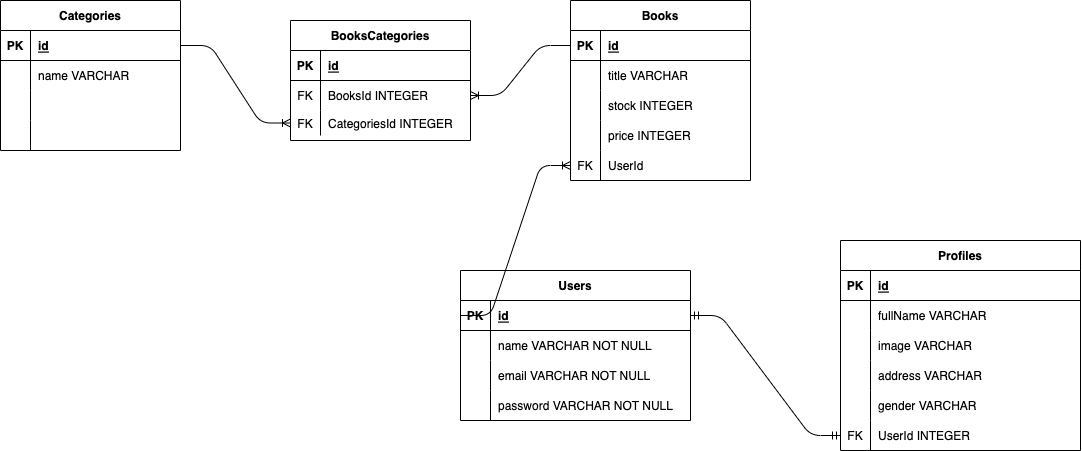
This is pairproject.drawio.png from zakinugroho17/BookPediaStore, a draw.io export, as it was before one commit. Source tidied: cells renumbered, new cells last; positions are measured from the earlier drawing's top-left corner, leaving out a move shared by most shapes. The source it was exported from:
```xml
<mxGraphModel>
  <root>
    <mxCell id="0" />
    <mxCell id="1" parent="0" />
    <mxCell id="2" value="Users" style="shape=table;startSize=30;rowLines=0;fontStyle=1;align=center;" parent="1" vertex="1">
      <mxGeometry x="460" y="270" width="230" height="150" as="geometry" />
    </mxCell>
    <mxCell id="3" style="shape=tableRow;horizontal=0;startSize=0;swimlaneHead=0;swimlaneBody=0;fillColor=none;points=[[0,0.5],[1,0.5]];portConstraint=eastwest;top=0;left=0;right=0;bottom=1;" parent="2" vertex="1">
      <mxGeometry y="30" width="230" height="30" as="geometry" />
    </mxCell>
    <mxCell id="4" value="PK" style="shape=partialRectangle;fillColor=none;top=0;left=0;bottom=0;right=0;fontStyle=1;overflow=hidden;" parent="3" vertex="1">
      <mxGeometry width="30" height="30" as="geometry" />
    </mxCell>
    <mxCell id="5" value="id" style="shape=partialRectangle;fillColor=none;top=0;left=0;bottom=0;right=0;align=left;spacingLeft=6;fontStyle=5;overflow=hidden;" parent="3" vertex="1">
      <mxGeometry x="30" width="200" height="30" as="geometry" />
    </mxCell>
    <mxCell id="6" style="shape=tableRow;horizontal=0;startSize=0;swimlaneHead=0;swimlaneBody=0;fillColor=none;top=0;left=0;right=0;bottom=0;" parent="2" vertex="1">
      <mxGeometry y="60" width="230" height="30" as="geometry" />
    </mxCell>
    <mxCell id="7" style="shape=partialRectangle;fillColor=none;top=0;left=0;bottom=0;right=0;overflow=hidden;" parent="6" vertex="1">
      <mxGeometry width="30" height="30" as="geometry" />
    </mxCell>
    <mxCell id="8" value="name VARCHAR NOT NULL" style="shape=partialRectangle;fillColor=none;top=0;left=0;bottom=0;right=0;align=left;spacingLeft=6;overflow=hidden;" parent="6" vertex="1">
      <mxGeometry x="30" width="200" height="30" as="geometry" />
    </mxCell>
    <mxCell id="9" style="shape=tableRow;horizontal=0;startSize=0;swimlaneHead=0;swimlaneBody=0;fillColor=none;top=0;left=0;right=0;bottom=0;" parent="2" vertex="1">
      <mxGeometry y="90" width="230" height="30" as="geometry" />
    </mxCell>
    <mxCell id="10" style="shape=partialRectangle;fillColor=none;top=0;left=0;bottom=0;right=0;overflow=hidden;" parent="9" vertex="1">
      <mxGeometry width="30" height="30" as="geometry" />
    </mxCell>
    <mxCell id="11" value="email VARCHAR NOT NULL" style="shape=partialRectangle;fillColor=none;top=0;left=0;bottom=0;right=0;align=left;spacingLeft=6;overflow=hidden;" parent="9" vertex="1">
      <mxGeometry x="30" width="200" height="30" as="geometry" />
    </mxCell>
    <mxCell id="12" style="shape=tableRow;horizontal=0;startSize=0;swimlaneHead=0;swimlaneBody=0;fillColor=none;top=0;left=0;right=0;bottom=0;" parent="2" vertex="1">
      <mxGeometry y="120" width="230" height="30" as="geometry" />
    </mxCell>
    <mxCell id="13" style="shape=partialRectangle;fillColor=none;top=0;left=0;bottom=0;right=0;overflow=hidden;" parent="12" vertex="1">
      <mxGeometry width="30" height="30" as="geometry" />
    </mxCell>
    <mxCell id="14" value="password VARCHAR NOT NULL" style="shape=partialRectangle;fillColor=none;top=0;left=0;bottom=0;right=0;align=left;spacingLeft=6;overflow=hidden;" parent="12" vertex="1">
      <mxGeometry x="30" width="200" height="30" as="geometry" />
    </mxCell>
    <mxCell id="15" value="Profiles" style="shape=table;startSize=30;rowLines=0;fontStyle=1;align=center;" parent="1" vertex="1">
      <mxGeometry x="840" y="240" width="240" height="210" as="geometry" />
    </mxCell>
    <mxCell id="16" style="shape=tableRow;horizontal=0;startSize=0;swimlaneHead=0;swimlaneBody=0;fillColor=none;top=0;left=0;right=0;bottom=1;" parent="15" vertex="1">
      <mxGeometry y="30" width="240" height="30" as="geometry" />
    </mxCell>
    <mxCell id="17" value="PK" style="shape=partialRectangle;fillColor=none;top=0;left=0;bottom=0;right=0;fontStyle=1;overflow=hidden;" parent="16" vertex="1">
      <mxGeometry width="30" height="30" as="geometry" />
    </mxCell>
    <mxCell id="18" value="id" style="shape=partialRectangle;fillColor=none;top=0;left=0;bottom=0;right=0;align=left;spacingLeft=6;fontStyle=5;overflow=hidden;" parent="16" vertex="1">
      <mxGeometry x="30" width="210" height="30" as="geometry" />
    </mxCell>
    <mxCell id="19" style="shape=tableRow;horizontal=0;startSize=0;swimlaneHead=0;swimlaneBody=0;fillColor=none;top=0;left=0;right=0;bottom=0;" parent="15" vertex="1">
      <mxGeometry y="60" width="240" height="30" as="geometry" />
    </mxCell>
    <mxCell id="20" style="shape=partialRectangle;fillColor=none;top=0;left=0;bottom=0;right=0;overflow=hidden;" parent="19" vertex="1">
      <mxGeometry width="30" height="30" as="geometry" />
    </mxCell>
    <mxCell id="21" value="fullName VARCHAR" style="shape=partialRectangle;fillColor=none;top=0;left=0;bottom=0;right=0;align=left;spacingLeft=6;overflow=hidden;" parent="19" vertex="1">
      <mxGeometry x="30" width="210" height="30" as="geometry" />
    </mxCell>
    <mxCell id="22" style="shape=tableRow;horizontal=0;startSize=0;swimlaneHead=0;swimlaneBody=0;fillColor=none;top=0;left=0;right=0;bottom=0;" parent="15" vertex="1">
      <mxGeometry y="90" width="240" height="30" as="geometry" />
    </mxCell>
    <mxCell id="23" style="shape=partialRectangle;fillColor=none;top=0;left=0;bottom=0;right=0;overflow=hidden;" parent="22" vertex="1">
      <mxGeometry width="30" height="30" as="geometry" />
    </mxCell>
    <mxCell id="24" value="image VARCHAR" style="shape=partialRectangle;fillColor=none;top=0;left=0;bottom=0;right=0;align=left;spacingLeft=6;overflow=hidden;" parent="22" vertex="1">
      <mxGeometry x="30" width="210" height="30" as="geometry" />
    </mxCell>
    <mxCell id="25" style="shape=tableRow;horizontal=0;startSize=0;swimlaneHead=0;swimlaneBody=0;fillColor=none;top=0;left=0;right=0;bottom=0;" parent="15" vertex="1">
      <mxGeometry y="120" width="240" height="30" as="geometry" />
    </mxCell>
    <mxCell id="26" style="shape=partialRectangle;fillColor=none;top=0;left=0;bottom=0;right=0;overflow=hidden;" parent="25" vertex="1">
      <mxGeometry width="30" height="30" as="geometry" />
    </mxCell>
    <mxCell id="27" value="address VARCHAR" style="shape=partialRectangle;fillColor=none;top=0;left=0;bottom=0;right=0;align=left;spacingLeft=6;overflow=hidden;" parent="25" vertex="1">
      <mxGeometry x="30" width="210" height="30" as="geometry" />
    </mxCell>
    <mxCell id="28" style="shape=tableRow;horizontal=0;startSize=0;swimlaneHead=0;swimlaneBody=0;fillColor=none;top=0;left=0;right=0;bottom=0;" parent="15" vertex="1">
      <mxGeometry y="150" width="240" height="30" as="geometry" />
    </mxCell>
    <mxCell id="29" style="shape=partialRectangle;fillColor=none;top=0;left=0;bottom=0;right=0;overflow=hidden;" parent="28" vertex="1">
      <mxGeometry width="30" height="30" as="geometry" />
    </mxCell>
    <mxCell id="30" value="gender VARCHAR " style="shape=partialRectangle;fillColor=none;top=0;left=0;bottom=0;right=0;align=left;spacingLeft=6;overflow=hidden;" parent="28" vertex="1">
      <mxGeometry x="30" width="210" height="30" as="geometry" />
    </mxCell>
    <mxCell id="31" style="shape=tableRow;horizontal=0;startSize=0;swimlaneHead=0;swimlaneBody=0;fillColor=none;points=[[0,0.5],[1,0.5]];portConstraint=eastwest;top=0;left=0;right=0;bottom=0;" parent="15" vertex="1">
      <mxGeometry y="180" width="240" height="30" as="geometry" />
    </mxCell>
    <mxCell id="32" value="FK" style="shape=partialRectangle;fillColor=none;top=0;left=0;bottom=0;right=0;overflow=hidden;" parent="31" vertex="1">
      <mxGeometry width="30" height="30" as="geometry" />
    </mxCell>
    <mxCell id="33" value="UserId INTEGER" style="shape=partialRectangle;fillColor=none;top=0;left=0;bottom=0;right=0;align=left;spacingLeft=6;overflow=hidden;" parent="31" vertex="1">
      <mxGeometry x="30" width="210" height="30" as="geometry" />
    </mxCell>
    <mxCell id="34" style="edgeStyle=entityRelationEdgeStyle;fontSize=12;html=1;endArrow=ERmandOne;startArrow=ERmandOne;exitX=1;exitY=0.5;exitDx=0;exitDy=0;entryX=0;entryY=0.5;entryDx=0;entryDy=0;" parent="1" edge="1" source="3" target="31">
      <mxGeometry relative="1" as="geometry" />
    </mxCell>
    <mxCell id="35" value="Books" style="shape=table;startSize=30;rowLines=0;fontStyle=1;align=center;" parent="1" vertex="1">
      <mxGeometry x="570" width="180" height="180" as="geometry" />
    </mxCell>
    <mxCell id="36" style="shape=tableRow;horizontal=0;startSize=0;swimlaneHead=0;swimlaneBody=0;fillColor=none;points=[[0,0.5],[1,0.5]];portConstraint=eastwest;top=0;left=0;right=0;bottom=1;" parent="35" vertex="1">
      <mxGeometry y="30" width="180" height="30" as="geometry" />
    </mxCell>
    <mxCell id="37" value="PK" style="shape=partialRectangle;fillColor=none;top=0;left=0;bottom=0;right=0;fontStyle=1;overflow=hidden;" parent="36" vertex="1">
      <mxGeometry width="30" height="30" as="geometry" />
    </mxCell>
    <mxCell id="38" value="id" style="shape=partialRectangle;fillColor=none;top=0;left=0;bottom=0;right=0;align=left;spacingLeft=6;fontStyle=5;overflow=hidden;" parent="36" vertex="1">
      <mxGeometry x="30" width="150" height="30" as="geometry" />
    </mxCell>
    <mxCell id="39" style="shape=tableRow;horizontal=0;startSize=0;swimlaneHead=0;swimlaneBody=0;fillColor=none;top=0;left=0;right=0;bottom=0;" parent="35" vertex="1">
      <mxGeometry y="60" width="180" height="30" as="geometry" />
    </mxCell>
    <mxCell id="40" style="shape=partialRectangle;fillColor=none;top=0;left=0;bottom=0;right=0;overflow=hidden;" parent="39" vertex="1">
      <mxGeometry width="30" height="30" as="geometry" />
    </mxCell>
    <mxCell id="41" value="title VARCHAR" style="shape=partialRectangle;fillColor=none;top=0;left=0;bottom=0;right=0;align=left;spacingLeft=6;overflow=hidden;" parent="39" vertex="1">
      <mxGeometry x="30" width="150" height="30" as="geometry" />
    </mxCell>
    <mxCell id="42" style="shape=tableRow;horizontal=0;startSize=0;swimlaneHead=0;swimlaneBody=0;fillColor=none;top=0;left=0;right=0;bottom=0;" parent="35" vertex="1">
      <mxGeometry y="90" width="180" height="30" as="geometry" />
    </mxCell>
    <mxCell id="43" style="shape=partialRectangle;fillColor=none;top=0;left=0;bottom=0;right=0;overflow=hidden;" parent="42" vertex="1">
      <mxGeometry width="30" height="30" as="geometry" />
    </mxCell>
    <mxCell id="44" value="stock INTEGER" style="shape=partialRectangle;fillColor=none;top=0;left=0;bottom=0;right=0;align=left;spacingLeft=6;overflow=hidden;" parent="42" vertex="1">
      <mxGeometry x="30" width="150" height="30" as="geometry" />
    </mxCell>
    <mxCell id="45" style="shape=tableRow;horizontal=0;startSize=0;swimlaneHead=0;swimlaneBody=0;fillColor=none;top=0;left=0;right=0;bottom=0;" parent="35" vertex="1">
      <mxGeometry y="120" width="180" height="30" as="geometry" />
    </mxCell>
    <mxCell id="46" style="shape=partialRectangle;fillColor=none;top=0;left=0;bottom=0;right=0;overflow=hidden;" parent="45" vertex="1">
      <mxGeometry width="30" height="30" as="geometry" />
    </mxCell>
    <mxCell id="47" value="price INTEGER" style="shape=partialRectangle;fillColor=none;top=0;left=0;bottom=0;right=0;align=left;spacingLeft=6;overflow=hidden;" parent="45" vertex="1">
      <mxGeometry x="30" width="150" height="30" as="geometry" />
    </mxCell>
    <mxCell id="48" style="shape=tableRow;horizontal=0;startSize=0;swimlaneHead=0;swimlaneBody=0;fillColor=none;points=[[0,0.5],[1,0.5]];portConstraint=eastwest;top=0;left=0;right=0;bottom=0;" parent="35" vertex="1">
      <mxGeometry y="150" width="180" height="30" as="geometry" />
    </mxCell>
    <mxCell id="49" value="FK" style="shape=partialRectangle;fillColor=none;top=0;left=0;bottom=0;right=0;overflow=hidden;" parent="48" vertex="1">
      <mxGeometry width="30" height="30" as="geometry" />
    </mxCell>
    <mxCell id="50" value="UserId" style="shape=partialRectangle;fillColor=none;top=0;left=0;bottom=0;right=0;align=left;spacingLeft=6;overflow=hidden;" parent="48" vertex="1">
      <mxGeometry x="30" width="150" height="30" as="geometry" />
    </mxCell>
    <mxCell id="51" value="Categories" style="shape=table;startSize=30;rowLines=0;fontStyle=1;align=center;" parent="1" vertex="1">
      <mxGeometry width="180" height="150" as="geometry" />
    </mxCell>
    <mxCell id="52" style="shape=tableRow;horizontal=0;startSize=0;swimlaneHead=0;swimlaneBody=0;fillColor=none;points=[[0,0.5],[1,0.5]];portConstraint=eastwest;top=0;left=0;right=0;bottom=1;" parent="51" vertex="1">
      <mxGeometry y="30" width="180" height="30" as="geometry" />
    </mxCell>
    <mxCell id="53" value="PK" style="shape=partialRectangle;fillColor=none;top=0;left=0;bottom=0;right=0;fontStyle=1;overflow=hidden;" parent="52" vertex="1">
      <mxGeometry width="30" height="30" as="geometry" />
    </mxCell>
    <mxCell id="54" value="id" style="shape=partialRectangle;fillColor=none;top=0;left=0;bottom=0;right=0;align=left;spacingLeft=6;fontStyle=5;overflow=hidden;" parent="52" vertex="1">
      <mxGeometry x="30" width="150" height="30" as="geometry" />
    </mxCell>
    <mxCell id="55" style="shape=tableRow;horizontal=0;startSize=0;swimlaneHead=0;swimlaneBody=0;fillColor=none;top=0;left=0;right=0;bottom=0;" parent="51" vertex="1">
      <mxGeometry y="60" width="180" height="30" as="geometry" />
    </mxCell>
    <mxCell id="56" style="shape=partialRectangle;fillColor=none;top=0;left=0;bottom=0;right=0;overflow=hidden;" parent="55" vertex="1">
      <mxGeometry width="30" height="30" as="geometry" />
    </mxCell>
    <mxCell id="57" value="name VARCHAR" style="shape=partialRectangle;fillColor=none;top=0;left=0;bottom=0;right=0;align=left;spacingLeft=6;overflow=hidden;" parent="55" vertex="1">
      <mxGeometry x="30" width="150" height="30" as="geometry" />
    </mxCell>
    <mxCell id="58" style="shape=tableRow;horizontal=0;startSize=0;swimlaneHead=0;swimlaneBody=0;fillColor=none;top=0;left=0;right=0;bottom=0;" parent="51" vertex="1">
      <mxGeometry y="90" width="180" height="30" as="geometry" />
    </mxCell>
    <mxCell id="59" style="shape=partialRectangle;fillColor=none;top=0;left=0;bottom=0;right=0;overflow=hidden;" parent="58" vertex="1">
      <mxGeometry width="30" height="30" as="geometry" />
    </mxCell>
    <mxCell id="60" style="shape=partialRectangle;fillColor=none;top=0;left=0;bottom=0;right=0;align=left;spacingLeft=6;overflow=hidden;" parent="58" vertex="1">
      <mxGeometry x="30" width="150" height="30" as="geometry" />
    </mxCell>
    <mxCell id="61" style="shape=tableRow;horizontal=0;startSize=0;swimlaneHead=0;swimlaneBody=0;fillColor=none;top=0;left=0;right=0;bottom=0;" parent="51" vertex="1">
      <mxGeometry y="120" width="180" height="30" as="geometry" />
    </mxCell>
    <mxCell id="62" style="shape=partialRectangle;fillColor=none;top=0;left=0;bottom=0;right=0;overflow=hidden;" parent="61" vertex="1">
      <mxGeometry width="30" height="30" as="geometry" />
    </mxCell>
    <mxCell id="63" style="shape=partialRectangle;fillColor=none;top=0;left=0;bottom=0;right=0;align=left;spacingLeft=6;overflow=hidden;" parent="61" vertex="1">
      <mxGeometry x="30" width="150" height="30" as="geometry" />
    </mxCell>
    <mxCell id="64" style="edgeStyle=entityRelationEdgeStyle;fontSize=12;html=1;endArrow=ERoneToMany;exitX=0;exitY=0.5;exitDx=0;exitDy=0;entryX=0;entryY=0.5;entryDx=0;entryDy=0;" parent="1" edge="1" source="3" target="48">
      <mxGeometry relative="1" as="geometry" />
    </mxCell>
    <mxCell id="65" value="BooksCategories" style="shape=table;startSize=30;rowLines=0;fontStyle=1;align=center;" parent="1" vertex="1">
      <mxGeometry x="290" y="20" width="180" height="120" as="geometry" />
    </mxCell>
    <mxCell id="66" style="shape=tableRow;horizontal=0;startSize=0;swimlaneHead=0;swimlaneBody=0;fillColor=none;top=0;left=0;right=0;bottom=1;" parent="65" vertex="1">
      <mxGeometry y="30" width="180" height="30" as="geometry" />
    </mxCell>
    <mxCell id="67" value="PK" style="shape=partialRectangle;fillColor=none;top=0;left=0;bottom=0;right=0;fontStyle=1;overflow=hidden;" parent="66" vertex="1">
      <mxGeometry width="30" height="30" as="geometry" />
    </mxCell>
    <mxCell id="68" value="id" style="shape=partialRectangle;fillColor=none;top=0;left=0;bottom=0;right=0;align=left;spacingLeft=6;fontStyle=5;overflow=hidden;" parent="66" vertex="1">
      <mxGeometry x="30" width="150" height="30" as="geometry" />
    </mxCell>
    <mxCell id="69" style="shape=tableRow;horizontal=0;startSize=0;swimlaneHead=0;swimlaneBody=0;fillColor=none;points=[[0,0.5],[1,0.5]];portConstraint=eastwest;top=0;left=0;right=0;bottom=0;" parent="65" vertex="1">
      <mxGeometry y="60" width="180" height="30" as="geometry" />
    </mxCell>
    <mxCell id="70" value="FK" style="shape=partialRectangle;fillColor=none;top=0;left=0;bottom=0;right=0;overflow=hidden;" parent="69" vertex="1">
      <mxGeometry width="30" height="30" as="geometry" />
    </mxCell>
    <mxCell id="71" value="BooksId INTEGER" style="shape=partialRectangle;fillColor=none;top=0;left=0;bottom=0;right=0;align=left;spacingLeft=6;overflow=hidden;" parent="69" vertex="1">
      <mxGeometry x="30" width="150" height="30" as="geometry" />
    </mxCell>
    <mxCell id="72" style="shape=tableRow;horizontal=0;startSize=0;swimlaneHead=0;swimlaneBody=0;fillColor=none;points=[[0,0.5],[1,0.5]];portConstraint=eastwest;top=0;left=0;right=0;bottom=0;" parent="65" vertex="1">
      <mxGeometry y="90" width="180" height="25" as="geometry" />
    </mxCell>
    <mxCell id="73" value="FK" style="shape=partialRectangle;fillColor=none;top=0;left=0;bottom=0;right=0;overflow=hidden;" parent="72" vertex="1">
      <mxGeometry width="30" height="25" as="geometry" />
    </mxCell>
    <mxCell id="74" value="CategoriesId INTEGER" style="shape=partialRectangle;fillColor=none;top=0;left=0;bottom=0;right=0;align=left;spacingLeft=6;overflow=hidden;" parent="72" vertex="1">
      <mxGeometry x="30" width="150" height="25" as="geometry" />
    </mxCell>
    <mxCell id="75" style="edgeStyle=entityRelationEdgeStyle;fontSize=12;html=1;endArrow=ERoneToMany;exitX=1;exitY=0.5;exitDx=0;exitDy=0;entryX=0;entryY=0.5;entryDx=0;entryDy=0;" parent="1" edge="1" source="52" target="72">
      <mxGeometry relative="1" as="geometry" />
    </mxCell>
    <mxCell id="76" style="edgeStyle=entityRelationEdgeStyle;fontSize=12;html=1;endArrow=ERoneToMany;exitX=0;exitY=0.5;exitDx=0;exitDy=0;entryX=1;entryY=0.5;entryDx=0;entryDy=0;" parent="1" edge="1" source="36" target="69">
      <mxGeometry relative="1" as="geometry" />
    </mxCell>
  </root>
</mxGraphModel>
```
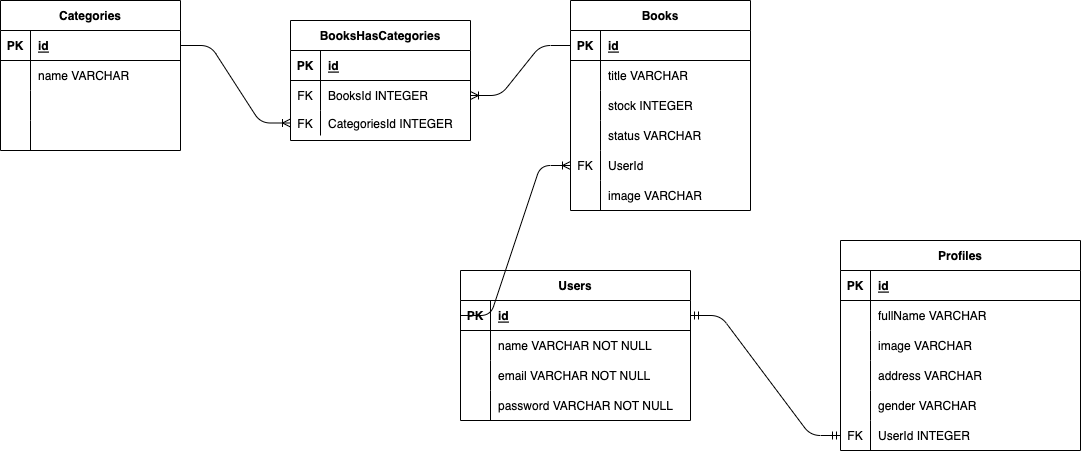
Above is the later version.

Diff of the diagram source:
```diff
@@ -102,7 +102,7 @@
       <mxGeometry relative="1" as="geometry" />
     </mxCell>
     <mxCell id="35" value="Books" style="shape=table;startSize=30;rowLines=0;fontStyle=1;align=center;" parent="1" vertex="1">
-      <mxGeometry x="570" width="180" height="180" as="geometry" />
+      <mxGeometry x="570" width="180" height="210" as="geometry" />
     </mxCell>
     <mxCell id="36" style="shape=tableRow;horizontal=0;startSize=0;swimlaneHead=0;swimlaneBody=0;fillColor=none;points=[[0,0.5],[1,0.5]];portConstraint=eastwest;top=0;left=0;right=0;bottom=1;" parent="35" vertex="1">
       <mxGeometry y="30" width="180" height="30" as="geometry" />
@@ -137,7 +137,7 @@
     <mxCell id="46" style="shape=partialRectangle;fillColor=none;top=0;left=0;bottom=0;right=0;overflow=hidden;" parent="45" vertex="1">
       <mxGeometry width="30" height="30" as="geometry" />
     </mxCell>
-    <mxCell id="47" value="price INTEGER" style="shape=partialRectangle;fillColor=none;top=0;left=0;bottom=0;right=0;align=left;spacingLeft=6;overflow=hidden;" parent="45" vertex="1">
+    <mxCell id="47" value="status VARCHAR" style="shape=partialRectangle;fillColor=none;top=0;left=0;bottom=0;right=0;align=left;spacingLeft=6;overflow=hidden;" parent="45" vertex="1">
       <mxGeometry x="30" width="150" height="30" as="geometry" />
     </mxCell>
     <mxCell id="48" style="shape=tableRow;horizontal=0;startSize=0;swimlaneHead=0;swimlaneBody=0;fillColor=none;points=[[0,0.5],[1,0.5]];portConstraint=eastwest;top=0;left=0;right=0;bottom=0;" parent="35" vertex="1">
@@ -149,6 +149,15 @@
     <mxCell id="50" value="UserId" style="shape=partialRectangle;fillColor=none;top=0;left=0;bottom=0;right=0;align=left;spacingLeft=6;overflow=hidden;" parent="48" vertex="1">
       <mxGeometry x="30" width="150" height="30" as="geometry" />
     </mxCell>
+    <mxCell id="77" style="shape=tableRow;horizontal=0;startSize=0;swimlaneHead=0;swimlaneBody=0;fillColor=none;top=0;left=0;right=0;bottom=0;" parent="35" vertex="1">
+      <mxGeometry y="180" width="180" height="30" as="geometry" />
+    </mxCell>
+    <mxCell id="78" style="shape=partialRectangle;fillColor=none;top=0;left=0;bottom=0;right=0;overflow=hidden;" parent="77" vertex="1">
+      <mxGeometry width="30" height="30" as="geometry" />
+    </mxCell>
+    <mxCell id="79" value="image VARCHAR" style="shape=partialRectangle;fillColor=none;top=0;left=0;bottom=0;right=0;align=left;spacingLeft=6;overflow=hidden;" parent="77" vertex="1">
+      <mxGeometry x="30" width="150" height="30" as="geometry" />
+    </mxCell>
     <mxCell id="51" value="Categories" style="shape=table;startSize=30;rowLines=0;fontStyle=1;align=center;" parent="1" vertex="1">
       <mxGeometry width="180" height="150" as="geometry" />
     </mxCell>
@@ -191,7 +200,7 @@
     <mxCell id="64" style="edgeStyle=entityRelationEdgeStyle;fontSize=12;html=1;endArrow=ERoneToMany;exitX=0;exitY=0.5;exitDx=0;exitDy=0;entryX=0;entryY=0.5;entryDx=0;entryDy=0;" parent="1" edge="1" source="3" target="48">
       <mxGeometry relative="1" as="geometry" />
     </mxCell>
-    <mxCell id="65" value="BooksCategories" style="shape=table;startSize=30;rowLines=0;fontStyle=1;align=center;" parent="1" vertex="1">
+    <mxCell id="65" value="BooksHasCategories" style="shape=table;startSize=30;rowLines=0;fontStyle=1;align=center;" parent="1" vertex="1">
       <mxGeometry x="290" y="20" width="180" height="120" as="geometry" />
     </mxCell>
     <mxCell id="66" style="shape=tableRow;horizontal=0;startSize=0;swimlaneHead=0;swimlaneBody=0;fillColor=none;top=0;left=0;right=0;bottom=1;" parent="65" vertex="1">
```
